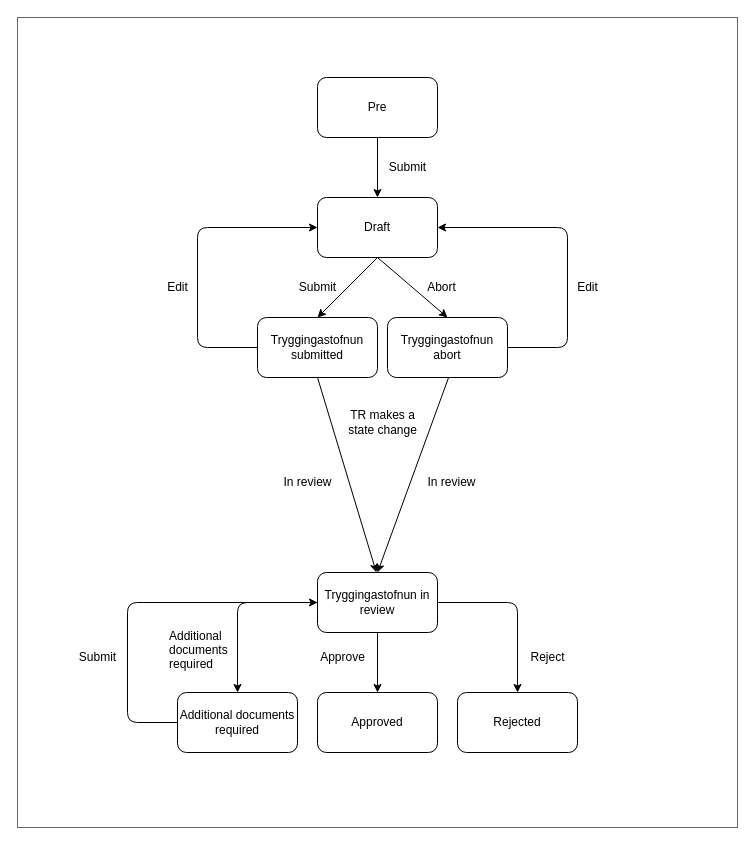
This is libs/application/templates/social-insurance-administration/additional-support-for-the-elderly/assets/additional-support-for-the-elderly-flow-chart.drawio from island-is/island.is, a draw.io file, before an edit. Source tidied: cells renumbered, new cells numbered last; positions are measured from the earlier drawing's top-left corner, leaving out a move shared by most shapes. Both pictures are drawn from the tidied source at 100%, with x=0, y=0 at pixel (17, 17).
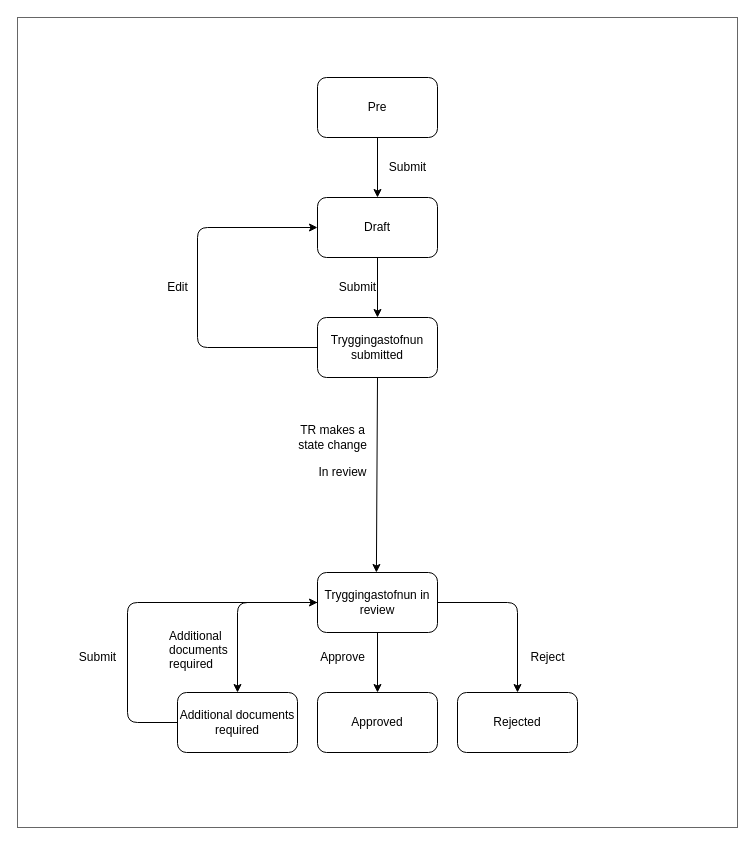
Above is the later version.

The change refers to these unchanged cells:
```xml
<mxCell id="3" value="Draft" style="rounded=1;whiteSpace=wrap;html=1;" parent="1" vertex="1">
  <mxGeometry x="300" y="180" width="120" height="60" as="geometry" />
</mxCell>
<mxCell id="5" value="Tryggingastofnun in review" style="rounded=1;whiteSpace=wrap;html=1;" parent="1" vertex="1">
  <mxGeometry x="300" y="555" width="120" height="60" as="geometry" />
</mxCell>
```

Change to the diagram source:
```diff
@@
     <mxCell id="4" value="Tryggingastofnun submitted" style="rounded=1;whiteSpace=wrap;html=1;" parent="1" vertex="1">
-      <mxGeometry x="240" y="300" width="120" height="60" as="geometry" />
+      <mxGeometry x="300" y="300" width="120" height="60" as="geometry" />
     </mxCell>
@@
-    <mxCell id="10" style="endArrow=classic;html=1;fontColor=#FFFFFF;strokeColor=#000000;entryX=0;entryY=0.5;entryDx=0;entryDy=0;" parent="1" edge="1" target="3">
+    <mxCell id="10" style="endArrow=classic;html=1;fontColor=#FFFFFF;strokeColor=#000000;entryX=0;entryY=0.5;entryDx=0;entryDy=0;" parent="1" edge="1" source="4" target="3">
       <mxGeometry relative="1" as="geometry">
-        <mxPoint x="240" y="330" as="sourcePoint" />
         <Array as="points">
           <mxPoint x="180" y="330" />
           <mxPoint x="180" y="210" />
         </Array>
       </mxGeometry>
     </mxCell>
@@
     <mxCell id="13" value="Submit" style="text;html=1;align=center;verticalAlign=middle;strokeColor=none;fillColor=none;fontColor=#000000;" parent="1" vertex="1">
-      <mxGeometry x="270" y="255" width="60" height="30" as="geometry" />
+      <mxGeometry x="310" y="255" width="60" height="30" as="geometry" />
     </mxCell>
@@
     <mxCell id="19" value="TR makes a&lt;br&gt;state change" style="text;html=1;align=center;verticalAlign=middle;strokeColor=none;fillColor=none;fontColor=#000000;" parent="1" vertex="1">
-      <mxGeometry x="320" y="385" width="90" height="40" as="geometry" />
+      <mxGeometry x="270" y="400" width="90" height="40" as="geometry" />
     </mxCell>
@@
-    <mxCell id="23" value="Tryggingastofnun abort" style="rounded=1;whiteSpace=wrap;html=1;" parent="1" vertex="1">
-      <mxGeometry x="370" y="300" width="120" height="60" as="geometry" />
-    </mxCell>
-    <mxCell id="24" style="endArrow=classic;html=1;fontColor=#FFFFFF;strokeColor=#000000;exitX=1;exitY=0.5;exitDx=0;exitDy=0;" parent="1" edge="1" source="23" target="3">
-      <mxGeometry relative="1" as="geometry">
-        <Array as="points">
-          <mxPoint x="550" y="330" />
-          <mxPoint x="550" y="210" />
-        </Array>
-      </mxGeometry>
-    </mxCell>
-    <mxCell id="25" value="Edit" style="text;html=1;align=center;verticalAlign=middle;strokeColor=none;fillColor=none;fontColor=#000000;" parent="1" vertex="1">
-      <mxGeometry x="550" y="255" width="40" height="30" as="geometry" />
-    </mxCell>
-    <mxCell id="26" style="endArrow=classic;html=1;fontColor=#FFFFFF;strokeColor=#000000;entryX=0.5;entryY=0;entryDx=0;entryDy=0;exitX=0.5;exitY=1;exitDx=0;exitDy=0;" parent="1" edge="1" target="5">
-      <mxGeometry relative="1" as="geometry">
-        <mxPoint x="431.1" y="360" as="sourcePoint" />
-      </mxGeometry>
-    </mxCell>
     <mxCell id="27" value="In review" style="text;html=1;align=center;verticalAlign=middle;strokeColor=none;fillColor=none;fontColor=#000000;" parent="1" vertex="1">
-      <mxGeometry x="255" y="450" width="70" height="30" as="geometry" />
+      <mxGeometry x="290" y="440" width="70" height="30" as="geometry" />
     </mxCell>
-    <mxCell id="28" value="In review" style="text;html=1;align=center;verticalAlign=middle;strokeColor=none;fillColor=none;fontColor=#000000;" parent="1" vertex="1">
-      <mxGeometry x="399" y="450" width="70" height="30" as="geometry" />
-    </mxCell>
@@
-    <mxCell id="30" style="endArrow=classic;html=1;entryX=0.5;entryY=0;entryDx=0;entryDy=0;exitX=0.5;exitY=1;exitDx=0;exitDy=0;fontColor=#FFFFFF;strokeColor=#000000;" parent="1" edge="1">
-      <mxGeometry relative="1" as="geometry">
-        <mxPoint x="360" y="240" as="sourcePoint" />
-        <mxPoint x="430" y="300" as="targetPoint" />
-      </mxGeometry>
-    </mxCell>
-    <mxCell id="31" value="Abort" style="text;html=1;align=center;verticalAlign=middle;strokeColor=none;fillColor=none;fontColor=#000000;" parent="1" vertex="1">
-      <mxGeometry x="399" y="255" width="50" height="30" as="geometry" />
-    </mxCell>
-    <mxCell id="32" style="endArrow=classic;html=1;entryX=0.5;entryY=0;entryDx=0;entryDy=0;exitX=0.5;exitY=1;exitDx=0;exitDy=0;fontColor=#FFFFFF;strokeColor=#000000;" parent="1" edge="1">
+    <mxCell id="32" style="endArrow=classic;html=1;entryX=0.5;entryY=0;entryDx=0;entryDy=0;exitX=0.5;exitY=1;exitDx=0;exitDy=0;fontColor=#FFFFFF;strokeColor=#000000;" parent="1" edge="1" target="4">
       <mxGeometry relative="1" as="geometry">
         <mxPoint x="360" y="240" as="sourcePoint" />
-        <mxPoint x="300" y="300" as="targetPoint" />
       </mxGeometry>
     </mxCell>
```
